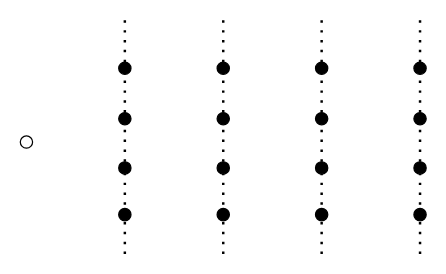
Before: DDS_3.drawio in LanxinHe/CHEMP_figs, a draw.io diagram. Source tidied: cells renumbered, new cells numbered last; positions are measured from the earlier drawing's top-left corner, leaving out a move shared by most shapes. Both pictures are drawn from the tidied source at 123%, with x=0, y=0 at pixel (20, 20).
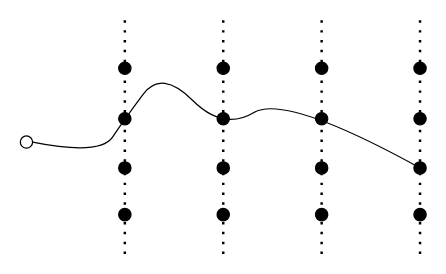
After the change.

Commit message (it also covers changes not shown here):
Mettre à jour DDS_3.drawio

Unchanged cells that the change refers to:
```xml
<mxCell id="2" style="ellipse;whiteSpace=wrap;html=1;" parent="1" vertex="1">
  <mxGeometry y="94" width="10" height="10" as="geometry" />
</mxCell>
<mxCell id="30" style="ellipse;whiteSpace=wrap;html=1;fillColor=#000000;" parent="1" vertex="1">
  <mxGeometry x="320" y="115" width="10" height="10" as="geometry" />
</mxCell>
```

What changed in the source:
```diff
@@
+    <mxCell id="35" style="curved=1;endArrow=none;html=1;rounded=0;startFill=0;exitX=1;exitY=0.5;exitDx=0;exitDy=0;" parent="1" edge="1" source="2" target="30">
+      <mxGeometry relative="1" as="geometry">
+        <Array as="points">
+          <mxPoint x="65" y="110" />
+          <mxPoint x="85" y="80" />
+          <mxPoint x="115" y="40" />
+          <mxPoint x="165" y="90" />
+          <mxPoint x="215" y="60" />
+        </Array>
+      </mxGeometry>
+    </mxCell>
```
